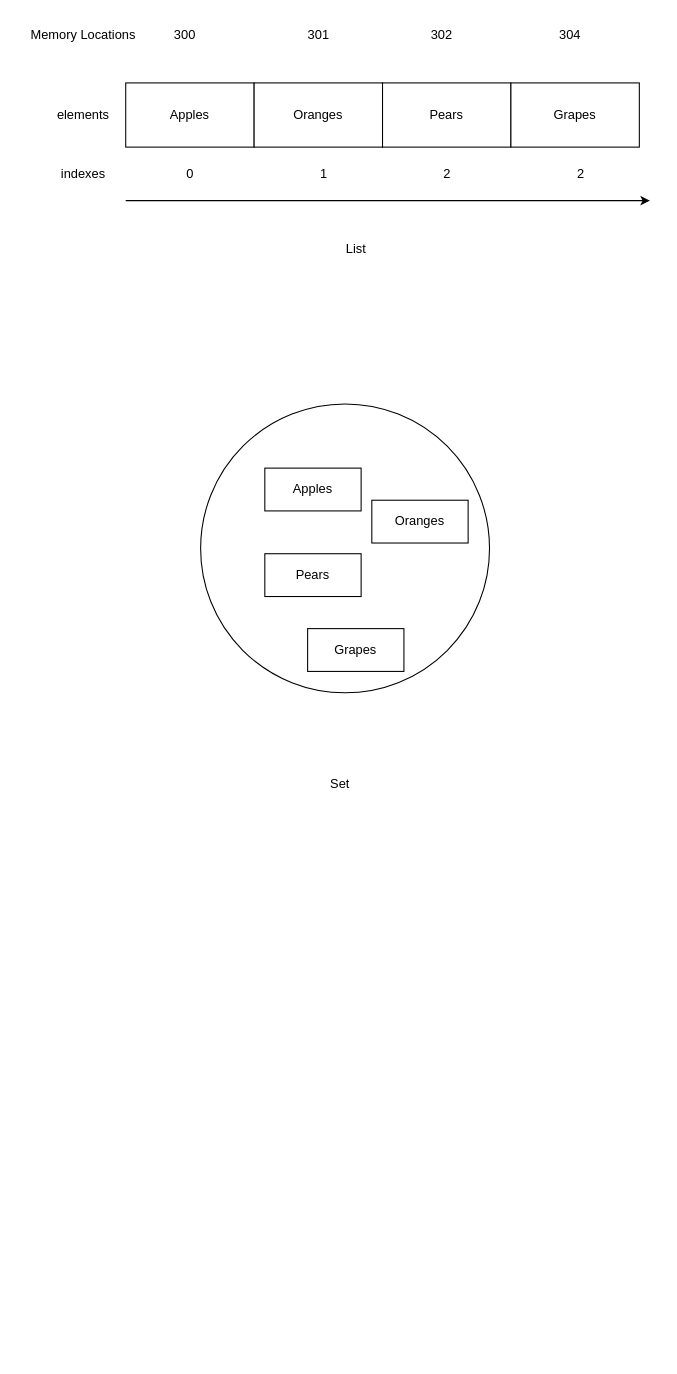
Earlier version of the draw.io diagram Arrays.drawio (Udyatbhanu/KotlinCrashCourse). Source tidied: cells renumbered, new cells numbered last; positions are measured from the earlier drawing's top-left corner, leaving out a move shared by most shapes. Both pictures are drawn from the tidied source at 107%, with x=0, y=0 at pixel (18, 18).
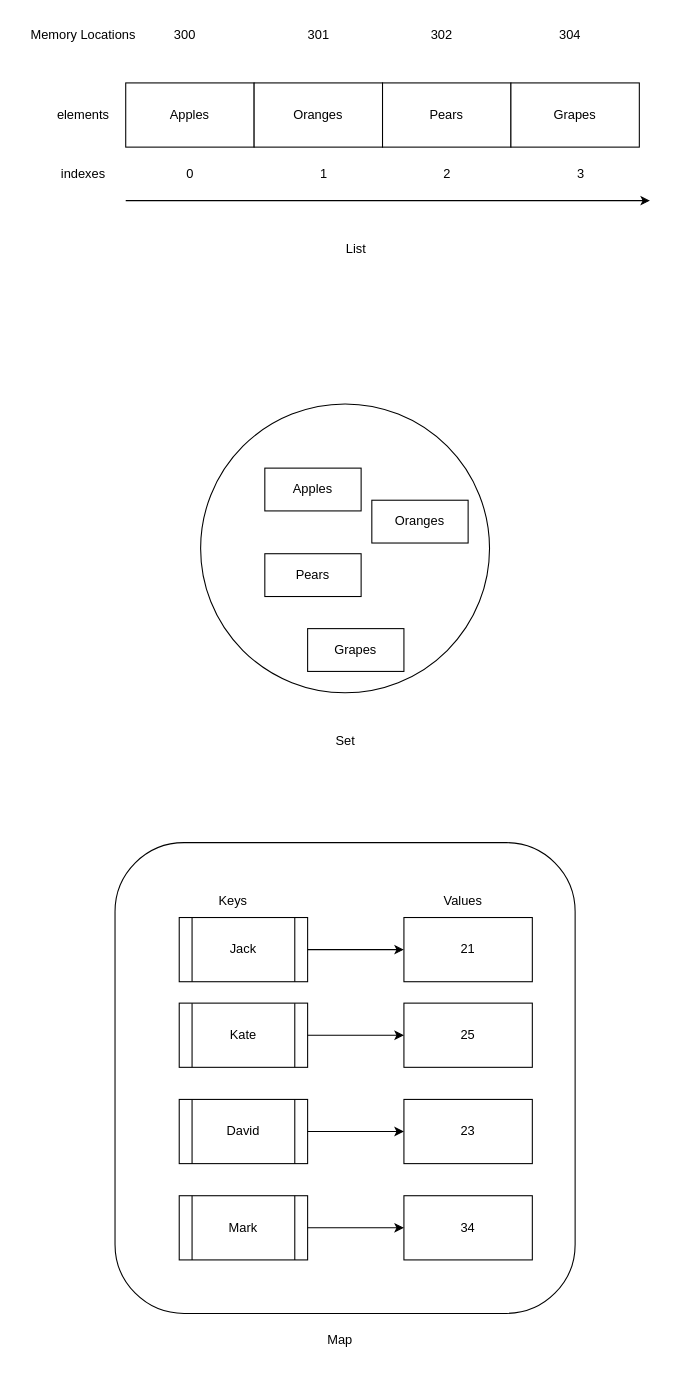
The same page after the edit.

The edit, as a diff of the source:
```diff
@@
+    <mxCell id="25" style="rounded=1;whiteSpace=wrap;html=1;" parent="1" vertex="1">
+      <mxGeometry x="90" y="770" width="430" height="440" as="geometry" />
+    </mxCell>
@@
-    <mxCell id="9" value="2" style="text;html=1;align=center;verticalAlign=middle;strokeColor=none;fillColor=none;" parent="1" vertex="1">
+    <mxCell id="9" value="3" style="text;html=1;align=center;verticalAlign=middle;strokeColor=none;fillColor=none;" parent="1" vertex="1">
       <mxGeometry x="510" y="130" width="30" height="30" as="geometry" />
     </mxCell>
@@
     <mxCell id="23" value="Set" style="text;html=1;align=center;verticalAlign=middle;strokeColor=none;fillColor=none;" parent="1" vertex="1">
-      <mxGeometry x="280" y="700" width="40" height="30" as="geometry" />
+      <mxGeometry x="285" y="660" width="40" height="30" as="geometry" />
     </mxCell>
@@
+    <mxCell id="26" value="21" style="rounded=0;whiteSpace=wrap;html=1;" parent="1" vertex="1">
+      <mxGeometry x="360" y="840" width="120" height="60" as="geometry" />
+    </mxCell>
+    <mxCell id="27" value="Jack" style="shape=process;whiteSpace=wrap;html=1;backgroundOutline=1;" parent="1" vertex="1">
+      <mxGeometry x="150" y="840" width="120" height="60" as="geometry" />
+    </mxCell>
+    <mxCell id="28" style="endArrow=classic;html=1;rounded=0;exitX=1;exitY=0.5;exitDx=0;exitDy=0;entryX=0;entryY=0.5;entryDx=0;entryDy=0;" parent="1" edge="1" source="27" target="26">
+      <mxGeometry relative="1" as="geometry" />
+    </mxCell>
+    <mxCell id="29" value="Keys" style="text;html=1;align=center;verticalAlign=middle;strokeColor=none;fillColor=none;" parent="1" vertex="1">
+      <mxGeometry x="175" y="810" width="50" height="30" as="geometry" />
+    </mxCell>
+    <mxCell id="30" value="Values" style="text;html=1;align=center;verticalAlign=middle;strokeColor=none;fillColor=none;" parent="1" vertex="1">
+      <mxGeometry x="385" y="810" width="60" height="30" as="geometry" />
+    </mxCell>
+    <mxCell id="31" value="Map" style="text;html=1;align=center;verticalAlign=middle;strokeColor=none;fillColor=none;" parent="1" vertex="1">
+      <mxGeometry x="275" y="1220" width="50" height="30" as="geometry" />
+    </mxCell>
+    <mxCell id="32" value="25" style="rounded=0;whiteSpace=wrap;html=1;" parent="1" vertex="1">
+      <mxGeometry x="360" y="920" width="120" height="60" as="geometry" />
+    </mxCell>
+    <mxCell id="33" value="Kate" style="shape=process;whiteSpace=wrap;html=1;backgroundOutline=1;" parent="1" vertex="1">
+      <mxGeometry x="150" y="920" width="120" height="60" as="geometry" />
+    </mxCell>
+    <mxCell id="34" style="endArrow=classic;html=1;rounded=0;exitX=1;exitY=0.5;exitDx=0;exitDy=0;entryX=0;entryY=0.5;entryDx=0;entryDy=0;" parent="1" edge="1" source="33" target="32">
+      <mxGeometry relative="1" as="geometry" />
+    </mxCell>
+    <mxCell id="35" value="23" style="rounded=0;whiteSpace=wrap;html=1;" parent="1" vertex="1">
+      <mxGeometry x="360" y="1010" width="120" height="60" as="geometry" />
+    </mxCell>
+    <mxCell id="36" value="David" style="shape=process;whiteSpace=wrap;html=1;backgroundOutline=1;" parent="1" vertex="1">
+      <mxGeometry x="150" y="1010" width="120" height="60" as="geometry" />
+    </mxCell>
+    <mxCell id="37" style="endArrow=classic;html=1;rounded=0;exitX=1;exitY=0.5;exitDx=0;exitDy=0;entryX=0;entryY=0.5;entryDx=0;entryDy=0;" parent="1" edge="1" source="36" target="35">
+      <mxGeometry relative="1" as="geometry" />
+    </mxCell>
+    <mxCell id="38" value="34" style="rounded=0;whiteSpace=wrap;html=1;" parent="1" vertex="1">
+      <mxGeometry x="360" y="1100" width="120" height="60" as="geometry" />
+    </mxCell>
+    <mxCell id="39" value="Mark" style="shape=process;whiteSpace=wrap;html=1;backgroundOutline=1;" parent="1" vertex="1">
+      <mxGeometry x="150" y="1100" width="120" height="60" as="geometry" />
+    </mxCell>
+    <mxCell id="40" style="endArrow=classic;html=1;rounded=0;exitX=1;exitY=0.5;exitDx=0;exitDy=0;entryX=0;entryY=0.5;entryDx=0;entryDy=0;" parent="1" edge="1" source="39" target="38">
+      <mxGeometry relative="1" as="geometry" />
+    </mxCell>
```
